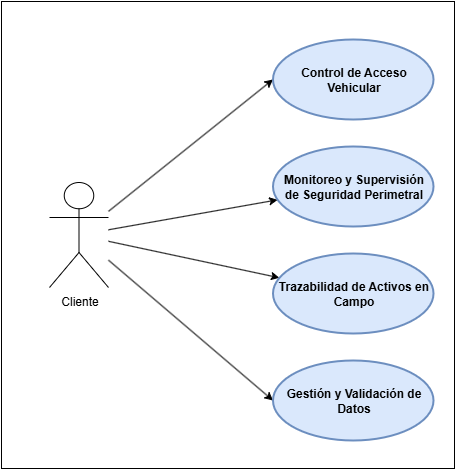
Earlier version of the draw.io export business/images/negocio-casos-uso.png (DiogoFabricioAG/SecGuard-Logistics). Source tidied: cells renumbered, new cells last; positions are measured from the earlier drawing's top-left corner, leaving out a move shared by most shapes.
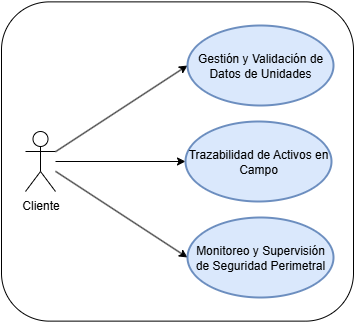
The same file after the commit.

Commit message:
docs: BPMNs y Diagramas

The edit, as a diff of the source:
```diff
@@ -2,35 +2,29 @@
   <root>
     <mxCell id="0" />
     <mxCell id="1" parent="0" />
-    <mxCell id="2" style="rounded=0;whiteSpace=wrap;html=1;" parent="1" vertex="1">
-      <mxGeometry width="453" height="467" as="geometry" />
-    </mxCell>
-    <mxCell id="3" style="rounded=0;jettySize=auto;html=1;entryX=0;entryY=0.5;entryDx=0;entryDy=0;" parent="1" edge="1" source="7" target="8">
-      <mxGeometry relative="1" as="geometry" />
-    </mxCell>
+    <mxCell id="12" style="rounded=1;whiteSpace=wrap;html=1;" parent="1" vertex="1">
+      <mxGeometry x="62" y="65.4" width="352" height="319.2" as="geometry" />
+    </mxCell>
+    <mxCell id="13" style="rounded=0;jettySize=auto;html=1;entryX=0;entryY=0.5;entryDx=0;entryDy=0;" parent="1" edge="1" source="7" target="14">
+      <mxGeometry relative="1" as="geometry" />
+    </mxCell>
+    <mxCell id="5" style="edgeStyle=orthogonalEdgeStyle;rounded=0;jettySize=auto;html=1;" parent="1" edge="1" source="7" target="10">
+      <mxGeometry relative="1" as="geometry" />
+    </mxCell>
-    <mxCell id="4" style="rounded=0;jettySize=auto;html=1;" parent="1" edge="1" source="7" target="9">
+    <mxCell id="4" style="rounded=0;jettySize=auto;html=1;entryX=0;entryY=0.5;entryDx=0;entryDy=0;" parent="1" edge="1" source="7" target="9">
       <mxGeometry relative="1" as="geometry" />
     </mxCell>
-    <mxCell id="5" style="rounded=0;jettySize=auto;html=1;" parent="1" edge="1" source="7" target="10">
-      <mxGeometry relative="1" as="geometry" />
-    </mxCell>
-    <mxCell id="6" style="rounded=0;jettySize=auto;html=1;entryX=0;entryY=0.5;entryDx=0;entryDy=0;" parent="1" edge="1" source="7" target="11">
-      <mxGeometry relative="1" as="geometry" />
-    </mxCell>
     <mxCell id="7" value="Cliente" style="shape=umlActor;verticalLabelPosition=bottom;verticalAlign=top;html=1;outlineConnect=0;" parent="1" vertex="1">
-      <mxGeometry x="48" y="181" width="59" height="105" as="geometry" />
+      <mxGeometry x="86" y="195" width="30" height="60" as="geometry" />
     </mxCell>
-    <mxCell id="8" value="Control de Acceso &lt;br&gt;Vehicular" style="ellipse;whiteSpace=wrap;html=1;fillColor=#dae8fc;strokeColor=#6c8ebf;fontStyle=1;labelBorderColor=none;strokeWidth=2;" parent="1" vertex="1">
-      <mxGeometry x="271.5" y="38" width="160.5" height="80" as="geometry" />
-    </mxCell>
+    <mxCell id="14" value="Gestión y Validación de Datos de Unidades" style="ellipse;whiteSpace=wrap;html=1;fillColor=#dae8fc;strokeColor=#6c8ebf;fillStyle=solid;strokeWidth=2;fontStyle=0;" parent="1" vertex="1">
+      <mxGeometry x="248" y="89" width="146" height="80" as="geometry" />
+    </mxCell>
+    <mxCell id="10" value="Trazabilidad de Activos en Campo" style="ellipse;whiteSpace=wrap;html=1;fillColor=#dae8fc;strokeColor=#6c8ebf;fillStyle=solid;strokeWidth=2;fontStyle=0;" parent="1" vertex="1">
+      <mxGeometry x="246" y="185" width="146" height="80" as="geometry" />
+    </mxCell>
-    <mxCell id="9" value="Monitoreo y Supervisión &lt;br&gt;de Seguridad Perimetral" style="ellipse;whiteSpace=wrap;html=1;fillColor=#dae8fc;strokeColor=#6c8ebf;fontStyle=1;strokeWidth=2;" parent="1" vertex="1">
-      <mxGeometry x="271.5" y="145" width="160.5" height="80" as="geometry" />
+    <mxCell id="9" value="Monitoreo y Supervisión de Seguridad Perimetral" style="ellipse;whiteSpace=wrap;html=1;fillColor=#dae8fc;strokeColor=#6c8ebf;fillStyle=solid;strokeWidth=2;fontStyle=0;" parent="1" vertex="1">
+      <mxGeometry x="248" y="281" width="146" height="80" as="geometry" />
     </mxCell>
-    <mxCell id="10" value="Trazabilidad de Activos en Campo" style="ellipse;whiteSpace=wrap;html=1;fillColor=#dae8fc;strokeColor=#6c8ebf;fontStyle=1;strokeWidth=2;" parent="1" vertex="1">
-      <mxGeometry x="271.5" y="252" width="160.5" height="80" as="geometry" />
-    </mxCell>
-    <mxCell id="11" value="Gestión y Validación de Datos" style="ellipse;whiteSpace=wrap;html=1;fillColor=#dae8fc;strokeColor=#6c8ebf;fontStyle=1;strokeWidth=2;" parent="1" vertex="1">
-      <mxGeometry x="271.5" y="359" width="160.5" height="80" as="geometry" />
-    </mxCell>
   </root>
 </mxGraphModel>
```
